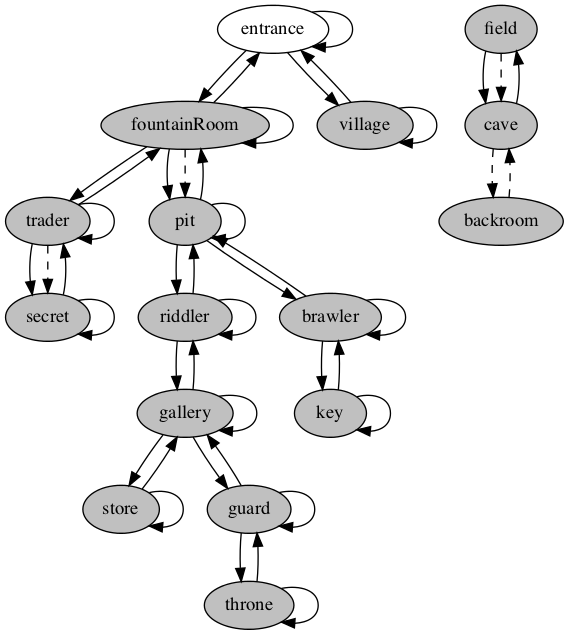
mdf730/HofC_MUD keeps this Graphviz diagram as map.png. Above is the earlier version. Its source is kept beside it as map.gv.
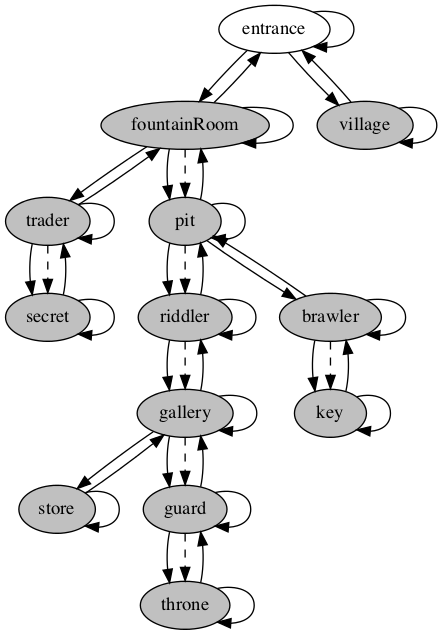
Above is the later version.

Change to the diagram source:
```diff
@@ -20,29 +20,29 @@
 	pit -> pit
 	pit -> fountainRoom
 	pit -> riddler
+	pit -> riddler [style=dashed]
 	pit -> brawler
 	brawler -> brawler
 	brawler -> pit
 	brawler -> key
+	brawler -> key [style=dashed]
 	key -> key
 	key -> brawler
 	riddler -> riddler
 	riddler -> pit
 	riddler -> gallery
+	riddler -> gallery [style=dashed]
 	gallery -> gallery
 	gallery -> store
 	gallery -> guard
+	gallery -> guard [style=dashed]
 	gallery -> riddler
 	store -> store
 	store -> gallery
 	guard -> guard
 	guard -> gallery
 	guard -> throne
+	guard -> throne [style=dashed]
 	throne -> throne
 	throne -> guard
-	field -> cave
-	field -> cave [style=dashed]
-	cave -> field
-	cave -> backroom [style=dashed]
-	backroom -> cave [style=dashed]
 }
```
